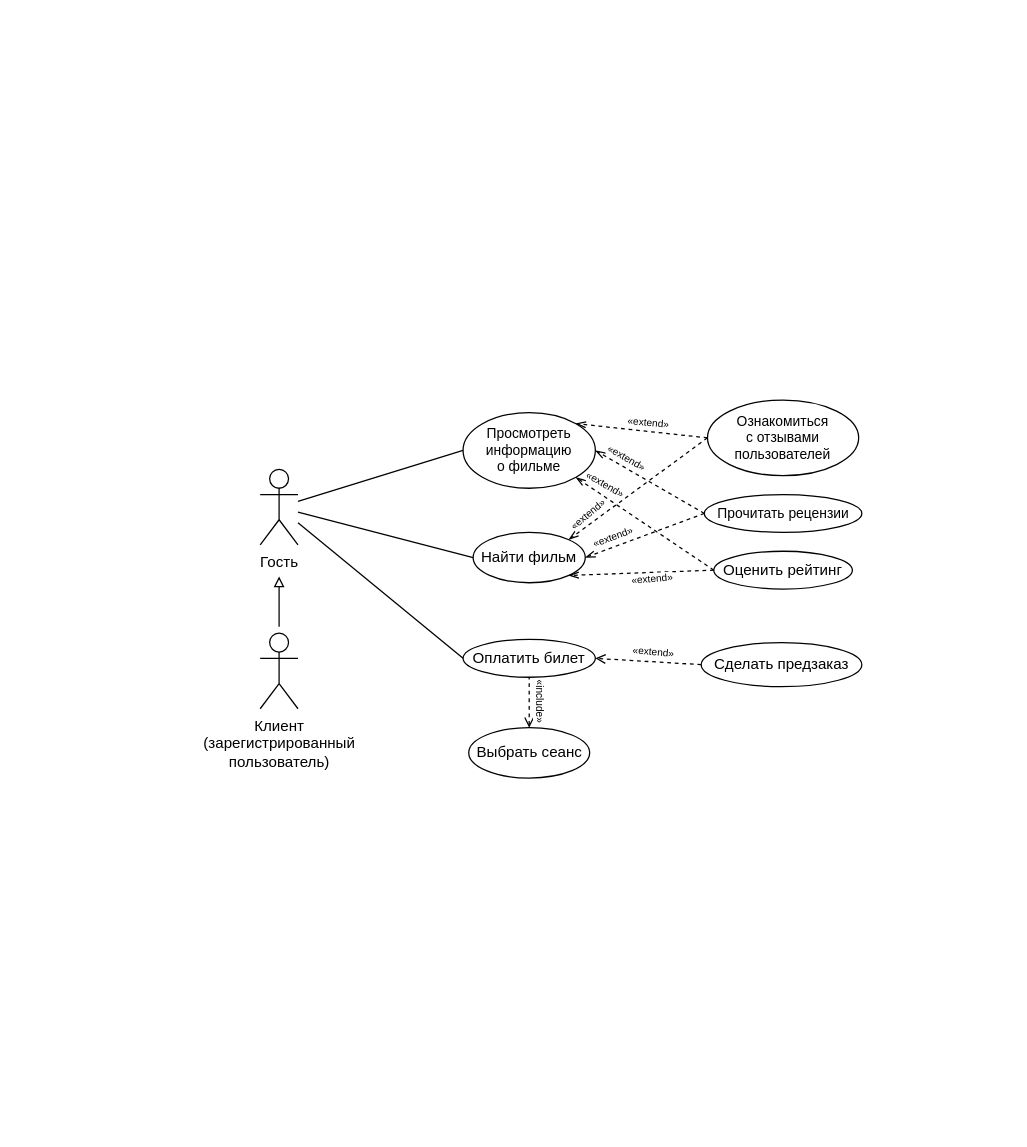
ANDaniell/-design-practice keeps this draw.io diagram as page "Goodwin Cinema" (2 of 3) of Диаграммы_вариантов_использования.drawio. Above is the earlier version. Source tidied: cells renumbered, new cells numbered last; positions are measured from the earlier drawing's top-left corner, leaving out a move shared by most shapes. Both pictures are drawn from the tidied source at 126%, with x=0, y=0 at pixel (260, 399).
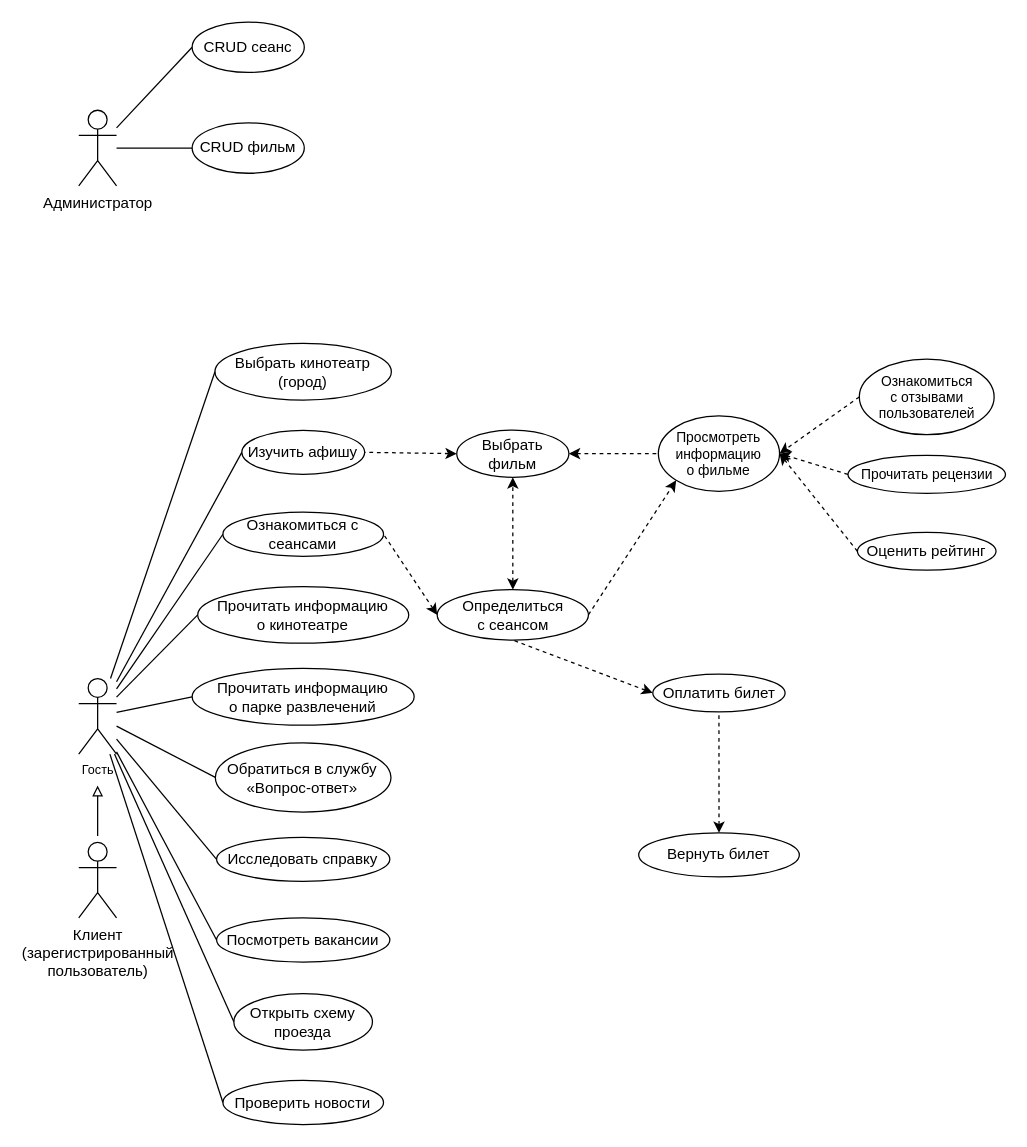
The same diagram, later.

The edit, as a diff of the source:
```diff
@@
-    <mxCell id="2" value="Гость" style="shape=umlActor;verticalLabelPosition=bottom;verticalAlign=top;html=1;" parent="1" vertex="1">
-      <mxGeometry y="55" width="30" height="60" as="geometry" />
+    <mxCell id="2" value="Гость" style="shape=umlActor;verticalLabelPosition=bottom;verticalAlign=top;html=1;fontSize=10;" parent="1" vertex="1">
+      <mxGeometry x="-144" y="221" width="30" height="60" as="geometry" />
     </mxCell>
     <mxCell id="3" value="&lt;div&gt;Клиент&lt;/div&gt;&lt;div&gt;(зарегистрированный&lt;/div&gt;&lt;div&gt;пользователь)&lt;/div&gt;" style="shape=umlActor;verticalLabelPosition=bottom;verticalAlign=top;html=1;" parent="1" vertex="1">
-      <mxGeometry y="185" width="30" height="60" as="geometry" />
+      <mxGeometry x="-144" y="351" width="30" height="60" as="geometry" />
     </mxCell>
     <mxCell id="4" value="Оплатить билет" style="ellipse;whiteSpace=wrap;html=1;fontSize=12;" parent="1" vertex="1">
-      <mxGeometry x="161" y="190" width="105" height="30" as="geometry" />
+      <mxGeometry x="311.6" y="217.5" width="105" height="30" as="geometry" />
     </mxCell>
-    <mxCell id="5" value="Сделать предзаказ" style="ellipse;whiteSpace=wrap;html=1;" parent="1" vertex="1">
-      <mxGeometry x="350" y="192.5" width="127.5" height="35" as="geometry" />
-    </mxCell>
-    <mxCell id="6" value="Найти фильм" style="ellipse;whiteSpace=wrap;html=1;" parent="1" vertex="1">
-      <mxGeometry x="169" y="105" width="89" height="40" as="geometry" />
+    <mxCell id="6" value="Выбрать фильм" style="ellipse;whiteSpace=wrap;html=1;" parent="1" vertex="1">
+      <mxGeometry x="156" y="23.8" width="89" height="37.5" as="geometry" />
     </mxCell>
     <mxCell id="7" value="Оценить рейтинг" style="ellipse;whiteSpace=wrap;html=1;" parent="1" vertex="1">
-      <mxGeometry x="360" y="120" width="110" height="30" as="geometry" />
+      <mxGeometry x="474" y="105" width="110" height="30" as="geometry" />
     </mxCell>
     <mxCell id="8" value="Прочитать рецензии" style="ellipse;whiteSpace=wrap;html=1;fontSize=11;spacing=2;" parent="1" vertex="1">
-      <mxGeometry x="352.5" y="75" width="125" height="30" as="geometry" />
+      <mxGeometry x="466.5" y="44" width="125" height="30" as="geometry" />
     </mxCell>
     <mxCell id="9" value="&lt;div style=&quot;font-size: 11px;&quot;&gt;Ознакомиться&lt;/div&gt;&lt;div style=&quot;font-size: 11px;&quot;&gt;с отзывами пользователей&lt;/div&gt;" style="ellipse;whiteSpace=wrap;html=1;fontSize=11;" parent="1" vertex="1">
-      <mxGeometry x="355" width="120" height="60" as="geometry" />
+      <mxGeometry x="475.5" y="-32.5" width="107" height="60" as="geometry" />
     </mxCell>
     <mxCell id="10" value="&lt;div style=&quot;font-size: 11px;&quot;&gt;Просмотреть информацию&lt;/div&gt;&lt;div style=&quot;font-size: 11px;&quot;&gt;о фильме&lt;/div&gt;" style="ellipse;whiteSpace=wrap;html=1;fontSize=11;" parent="1" vertex="1">
-      <mxGeometry x="161" y="10" width="105" height="60" as="geometry" />
+      <mxGeometry x="316" y="12.5" width="96.2" height="60" as="geometry" />
     </mxCell>
-    <mxCell id="11" value="Выбрать сеанс" style="ellipse;whiteSpace=wrap;html=1;" parent="1" vertex="1">
-      <mxGeometry x="165.5" y="260" width="96" height="40" as="geometry" />
+    <mxCell id="11" value="&lt;div&gt;Определиться&lt;/div&gt;&lt;div&gt;с сеансом&lt;/div&gt;" style="ellipse;whiteSpace=wrap;html=1;" parent="1" vertex="1">
+      <mxGeometry x="140.5" y="150.5" width="120" height="40" as="geometry" />
     </mxCell>
     <mxCell id="12" style="endArrow=block;html=1;rounded=0;endFill=0;" parent="1" edge="1">
       <mxGeometry relative="1" as="geometry">
-        <mxPoint x="15" y="180" as="sourcePoint" />
-        <mxPoint x="15" y="140" as="targetPoint" />
+        <mxPoint x="-129" y="346" as="sourcePoint" />
+        <mxPoint x="-129" y="306" as="targetPoint" />
       </mxGeometry>
     </mxCell>
-    <mxCell id="13" style="endArrow=none;html=1;rounded=0;exitX=0;exitY=0.5;exitDx=0;exitDy=0;" parent="1" edge="1" source="10" target="2">
-      <mxGeometry relative="1" as="geometry" />
-    </mxCell>
-    <mxCell id="14" style="endArrow=none;html=1;rounded=0;entryX=0;entryY=0.5;entryDx=0;entryDy=0;" parent="1" edge="1" source="2" target="6">
-      <mxGeometry relative="1" as="geometry" />
-    </mxCell>
-    <mxCell id="15" style="endArrow=none;html=1;rounded=0;entryX=0;entryY=0.5;entryDx=0;entryDy=0;" parent="1" edge="1" source="2" target="4">
-      <mxGeometry relative="1" as="geometry" />
-    </mxCell>
-    <mxCell id="16" style="endArrow=none;dashed=1;html=1;rounded=0;entryX=0.5;entryY=1;entryDx=0;entryDy=0;exitX=0.5;exitY=0;exitDx=0;exitDy=0;startArrow=open;startFill=0;" parent="1" edge="1" source="11" target="4">
-      <mxGeometry relative="1" as="geometry" />
-    </mxCell>
-    <mxCell id="17" style="endArrow=open;dashed=1;rounded=0;entryX=1;entryY=0.5;entryDx=0;entryDy=0;exitX=0;exitY=0.5;exitDx=0;exitDy=0;startArrow=none;startFill=0;endFill=0;html=1;" parent="1" edge="1" source="5" target="4">
-      <mxGeometry relative="1" as="geometry" />
-    </mxCell>
-    <mxCell id="18" value="«extend»" style="edgeLabel;html=1;align=center;verticalAlign=middle;rotation=5;fontSize=8;" parent="17" vertex="1">
-      <mxGeometry x="0.05" y="1" relative="1" as="geometry">
-        <mxPoint x="6" y="-9" as="offset" />
-      </mxGeometry>
-    </mxCell>
+    <mxCell id="32" value="Администратор" style="shape=umlActor;verticalLabelPosition=bottom;verticalAlign=top;html=1;" parent="1" vertex="1">
+      <mxGeometry x="-144" y="-230" width="30" height="60" as="geometry" />
+    </mxCell>
+    <mxCell id="33" value="CRUD фильм" style="ellipse;whiteSpace=wrap;html=1;" parent="1" vertex="1">
+      <mxGeometry x="-54" y="-220" width="89" height="40" as="geometry" />
+    </mxCell>
+    <mxCell id="34" style="endArrow=none;html=1;rounded=0;entryX=0;entryY=0.5;entryDx=0;entryDy=0;" parent="1" edge="1" source="32" target="33">
+      <mxGeometry relative="1" as="geometry" />
+    </mxCell>
+    <mxCell id="35" style="endArrow=none;html=1;rounded=0;entryX=0;entryY=0.5;entryDx=0;entryDy=0;" parent="1" edge="1" source="32" target="36">
+      <mxGeometry relative="1" as="geometry" />
+    </mxCell>
+    <mxCell id="36" value="CRUD сеанс" style="ellipse;whiteSpace=wrap;html=1;" parent="1" vertex="1">
+      <mxGeometry x="-54" y="-300" width="89" height="40" as="geometry" />
+    </mxCell>
+    <mxCell id="37" value="Изучить афишу" style="ellipse;whiteSpace=wrap;html=1;" parent="1" vertex="1">
+      <mxGeometry x="-14.6" y="24" width="97.5" height="35" as="geometry" />
+    </mxCell>
+    <mxCell id="38" value="Ознакомиться с сеансами" style="ellipse;whiteSpace=wrap;html=1;" parent="1" vertex="1">
+      <mxGeometry x="-29.6" y="89" width="127.5" height="35" as="geometry" />
+    </mxCell>
+    <mxCell id="39" value="Проверить новости" style="ellipse;whiteSpace=wrap;html=1;" parent="1" vertex="1">
+      <mxGeometry x="-29.6" y="540" width="127.5" height="35" as="geometry" />
+    </mxCell>
+    <mxCell id="40" value="Вернуть билет" style="ellipse;whiteSpace=wrap;html=1;" parent="1" vertex="1">
+      <mxGeometry x="300.4" y="343.5" width="127.5" height="35" as="geometry" />
+    </mxCell>
+    <mxCell id="41" value="Выбрать кинотеатр (город)" style="ellipse;whiteSpace=wrap;html=1;" parent="1" vertex="1">
+      <mxGeometry x="-35.9" y="-45" width="140" height="45" as="geometry" />
+    </mxCell>
+    <mxCell id="42" value="Посмотреть вакансии" style="ellipse;whiteSpace=wrap;html=1;" parent="1" vertex="1">
+      <mxGeometry x="-34.6" y="411" width="137.5" height="35" as="geometry" />
+    </mxCell>
+    <mxCell id="43" value="Исследовать справку" style="ellipse;whiteSpace=wrap;html=1;" parent="1" vertex="1">
+      <mxGeometry x="-34.6" y="347" width="137.5" height="35" as="geometry" />
+    </mxCell>
+    <mxCell id="44" value="&lt;div&gt;Прочитать информацию&lt;/div&gt;&lt;div&gt;о кинотеатре&lt;/div&gt;" style="ellipse;whiteSpace=wrap;html=1;" parent="1" vertex="1">
+      <mxGeometry x="-49.6" y="148" width="167.5" height="45" as="geometry" />
+    </mxCell>
+    <mxCell id="45" value="&lt;div&gt;Прочитать информацию&lt;/div&gt;&lt;div&gt;о парке развлечений&lt;/div&gt;" style="ellipse;whiteSpace=wrap;html=1;" parent="1" vertex="1">
+      <mxGeometry x="-54" y="213" width="176.2" height="45" as="geometry" />
+    </mxCell>
+    <mxCell id="46" value="Обратиться в службу «Вопрос-ответ»" style="ellipse;whiteSpace=wrap;html=1;" parent="1" vertex="1">
+      <mxGeometry x="-35.6" y="272" width="139.4" height="55" as="geometry" />
+    </mxCell>
+    <mxCell id="47" value="Открыть схему проезда" style="ellipse;whiteSpace=wrap;html=1;" parent="1" vertex="1">
+      <mxGeometry x="-20.9" y="471" width="110" height="45" as="geometry" />
+    </mxCell>
+    <mxCell id="48" style="endArrow=none;html=1;rounded=0;exitX=0;exitY=0.5;exitDx=0;exitDy=0;" parent="1" edge="1" source="37" target="2">
+      <mxGeometry relative="1" as="geometry" />
+    </mxCell>
+    <mxCell id="49" style="endArrow=none;html=1;rounded=0;exitX=0;exitY=0.5;exitDx=0;exitDy=0;" parent="1" edge="1" source="41" target="2">
+      <mxGeometry relative="1" as="geometry" />
+    </mxCell>
+    <mxCell id="50" style="endArrow=none;html=1;rounded=0;exitX=0;exitY=0.5;exitDx=0;exitDy=0;" parent="1" edge="1" source="38" target="2">
+      <mxGeometry relative="1" as="geometry" />
+    </mxCell>
+    <mxCell id="51" style="endArrow=none;html=1;rounded=0;entryX=0;entryY=0.5;entryDx=0;entryDy=0;" parent="1" edge="1" source="2" target="44">
+      <mxGeometry relative="1" as="geometry" />
+    </mxCell>
+    <mxCell id="52" style="endArrow=none;html=1;rounded=0;entryX=0;entryY=0.5;entryDx=0;entryDy=0;" parent="1" edge="1" source="2" target="45">
+      <mxGeometry relative="1" as="geometry" />
+    </mxCell>
+    <mxCell id="53" style="endArrow=none;html=1;rounded=0;entryX=0;entryY=0.5;entryDx=0;entryDy=0;" parent="1" edge="1" source="2" target="46">
+      <mxGeometry relative="1" as="geometry" />
+    </mxCell>
+    <mxCell id="54" style="endArrow=none;html=1;rounded=0;exitX=0;exitY=0.5;exitDx=0;exitDy=0;" parent="1" edge="1" source="43" target="2">
+      <mxGeometry relative="1" as="geometry" />
+    </mxCell>
+    <mxCell id="55" style="endArrow=none;html=1;rounded=0;entryX=0;entryY=0.5;entryDx=0;entryDy=0;" parent="1" edge="1" source="2" target="42">
+      <mxGeometry relative="1" as="geometry" />
+    </mxCell>
+    <mxCell id="56" style="endArrow=none;html=1;rounded=0;entryX=0;entryY=0.5;entryDx=0;entryDy=0;" parent="1" edge="1" source="2" target="47">
+      <mxGeometry relative="1" as="geometry" />
+    </mxCell>
+    <mxCell id="57" style="endArrow=none;html=1;rounded=0;exitX=0;exitY=0.5;exitDx=0;exitDy=0;" parent="1" edge="1" source="39" target="2">
+      <mxGeometry relative="1" as="geometry" />
+    </mxCell>
+    <mxCell id="58" style="endArrow=none;dashed=1;html=1;rounded=0;entryX=1;entryY=0.5;entryDx=0;entryDy=0;exitX=0;exitY=0.5;exitDx=0;exitDy=0;endFill=0;startArrow=classic;startFill=1;" parent="1" edge="1" source="6" target="37">
+      <mxGeometry relative="1" as="geometry" />
+    </mxCell>
+    <mxCell id="59" style="endArrow=none;dashed=1;html=1;rounded=0;entryX=1;entryY=0.5;entryDx=0;entryDy=0;exitX=0;exitY=0.5;exitDx=0;exitDy=0;startArrow=classic;startFill=1;" parent="1" edge="1" source="11" target="38">
+      <mxGeometry relative="1" as="geometry" />
+    </mxCell>
+    <mxCell id="60" style="endArrow=none;dashed=1;html=1;rounded=0;entryX=0;entryY=0.5;entryDx=0;entryDy=0;exitX=1;exitY=0.5;exitDx=0;exitDy=0;startArrow=classic;startFill=1;" parent="1" edge="1" source="6" target="10">
+      <mxGeometry relative="1" as="geometry" />
+    </mxCell>
-    <mxCell id="19" style="endArrow=openThin;dashed=1;html=1;rounded=0;entryX=1;entryY=0;entryDx=0;entryDy=0;exitX=0;exitY=0.5;exitDx=0;exitDy=0;startArrow=none;startFill=0;endFill=0;" parent="1" edge="1" source="9" target="10">
+    <mxCell id="19" style="endArrow=classic;dashed=1;html=1;rounded=0;entryX=1;entryY=0.5;entryDx=0;entryDy=0;exitX=0;exitY=0.5;exitDx=0;exitDy=0;endFill=1;" parent="1" edge="1" source="9" target="10">
       <mxGeometry relative="1" as="geometry" />
     </mxCell>
-    <mxCell id="20" style="endArrow=openThin;dashed=1;html=1;rounded=0;entryX=1;entryY=0.5;entryDx=0;entryDy=0;exitX=0;exitY=0.5;exitDx=0;exitDy=0;endFill=0;" parent="1" edge="1" source="8" target="10">
+    <mxCell id="20" style="endArrow=classic;dashed=1;html=1;rounded=0;entryX=1;entryY=0.5;entryDx=0;entryDy=0;exitX=0;exitY=0.5;exitDx=0;exitDy=0;endFill=1;" parent="1" edge="1" source="8" target="10">
       <mxGeometry relative="1" as="geometry" />
     </mxCell>
-    <mxCell id="21" style="endArrow=openThin;dashed=1;html=1;rounded=0;entryX=1;entryY=1;entryDx=0;entryDy=0;exitX=0;exitY=0.5;exitDx=0;exitDy=0;endFill=0;" parent="1" edge="1" source="7" target="10">
+    <mxCell id="21" style="endArrow=classic;dashed=1;html=1;rounded=0;entryX=1;entryY=0.5;entryDx=0;entryDy=0;exitX=0;exitY=0.5;exitDx=0;exitDy=0;endFill=1;" parent="1" edge="1" source="7" target="10">
       <mxGeometry relative="1" as="geometry" />
     </mxCell>
-    <mxCell id="22" style="endArrow=openThin;dashed=1;html=1;rounded=0;exitX=0;exitY=0.5;exitDx=0;exitDy=0;endFill=0;entryX=1;entryY=1;entryDx=0;entryDy=0;" parent="1" edge="1" source="7" target="6">
-      <mxGeometry relative="1" as="geometry" />
-    </mxCell>
-    <mxCell id="23" style="endArrow=openThin;dashed=1;html=1;rounded=0;entryX=1;entryY=0.5;entryDx=0;entryDy=0;exitX=0;exitY=0.5;exitDx=0;exitDy=0;endFill=0;" parent="1" edge="1" source="8" target="6">
-      <mxGeometry relative="1" as="geometry" />
-    </mxCell>
-    <mxCell id="24" style="endArrow=openThin;dashed=1;html=1;rounded=0;entryX=1;entryY=0;entryDx=0;entryDy=0;exitX=0;exitY=0.5;exitDx=0;exitDy=0;startArrow=none;startFill=0;endFill=0;" parent="1" edge="1" source="9" target="6">
-      <mxGeometry relative="1" as="geometry" />
-    </mxCell>
-    <mxCell id="25" value="«extend»" style="edgeLabel;html=1;align=center;verticalAlign=middle;rotation=5;fontSize=8;" parent="1" vertex="1">
-      <mxGeometry x="308" y="17" as="geometry" />
-    </mxCell>
-    <mxCell id="26" value="«extend»" style="edgeLabel;html=1;align=center;verticalAlign=middle;rotation=355;fontSize=8;" parent="1" vertex="1">
-      <mxGeometry x="310" y="142" as="geometry" />
-    </mxCell>
-    <mxCell id="27" value="«extend»" style="edgeLabel;html=1;align=center;verticalAlign=middle;rotation=30;fontSize=8;" parent="1" vertex="1">
-      <mxGeometry x="291" y="45" as="geometry" />
-    </mxCell>
-    <mxCell id="28" value="«extend»" style="edgeLabel;html=1;align=center;verticalAlign=middle;rotation=30;fontSize=8;" parent="1" vertex="1">
-      <mxGeometry x="276" y="69" as="geometry">
-        <mxPoint x="-3.2" y="-1.6" as="offset" />
-      </mxGeometry>
-    </mxCell>
-    <mxCell id="29" value="«extend»" style="edgeLabel;html=1;align=center;verticalAlign=middle;rotation=320;fontSize=8;" parent="1" vertex="1">
-      <mxGeometry x="259.5" y="91" as="geometry" />
-    </mxCell>
-    <mxCell id="30" value="«extend»" style="edgeLabel;html=1;align=center;verticalAlign=middle;rotation=340;fontSize=8;" parent="1" vertex="1">
-      <mxGeometry x="279" y="109" as="geometry" />
-    </mxCell>
-    <mxCell id="31" value="«include»" style="edgeLabel;html=1;align=center;verticalAlign=middle;rotation=90;fontSize=8;" parent="1" vertex="1">
-      <mxGeometry x="223" y="238" as="geometry" />
-    </mxCell>
+    <mxCell id="61" style="endArrow=none;dashed=1;html=1;rounded=0;entryX=0.5;entryY=1;entryDx=0;entryDy=0;exitX=0.5;exitY=0;exitDx=0;exitDy=0;startArrow=classic;startFill=1;" parent="1" edge="1" source="40" target="4">
+      <mxGeometry relative="1" as="geometry" />
+    </mxCell>
+    <mxCell id="62" style="endArrow=classic;dashed=1;html=1;rounded=0;entryX=0.5;entryY=1;entryDx=0;entryDy=0;exitX=0.5;exitY=0;exitDx=0;exitDy=0;startArrow=classic;startFill=1;endFill=1;" parent="1" edge="1" source="11" target="6">
+      <mxGeometry relative="1" as="geometry" />
+    </mxCell>
+    <mxCell id="63" style="endArrow=none;dashed=1;html=1;rounded=0;entryX=0.5;entryY=1;entryDx=0;entryDy=0;exitX=0;exitY=0.5;exitDx=0;exitDy=0;startArrow=classic;startFill=1;" parent="1" edge="1" source="4" target="11">
+      <mxGeometry relative="1" as="geometry" />
+    </mxCell>
+    <mxCell id="64" style="endArrow=classic;dashed=1;html=1;rounded=0;entryX=0;entryY=1;entryDx=0;entryDy=0;exitX=1;exitY=0.5;exitDx=0;exitDy=0;startArrow=none;startFill=0;endFill=1;" parent="1" edge="1" source="11" target="10">
+      <mxGeometry relative="1" as="geometry" />
+    </mxCell>
```
